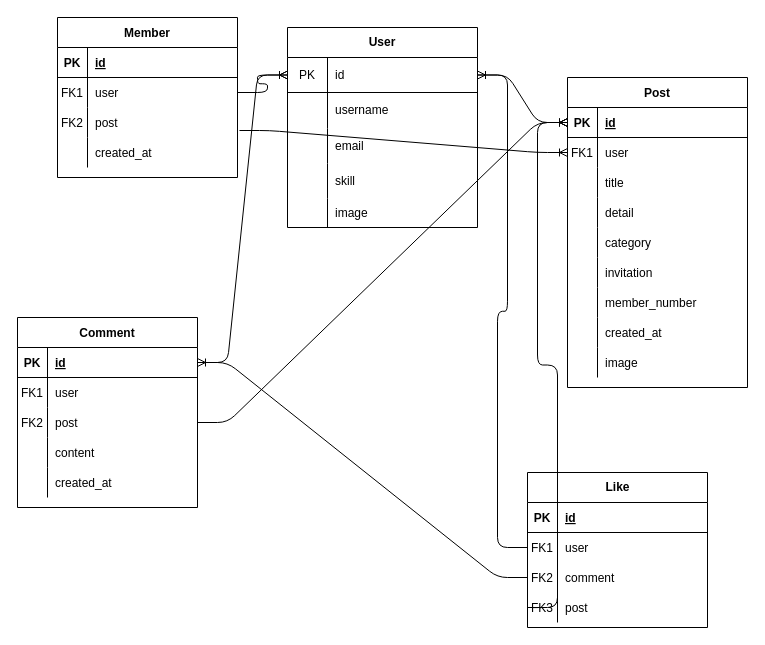
Earlier version of the draw.io diagram idealShere.drawio (mamyudapao/idealShere). Source tidied: cells renumbered, new cells numbered last; positions are measured from the earlier drawing's top-left corner, leaving out a move shared by most shapes. Both pictures are drawn from the tidied source at 100%, with x=0, y=0 at pixel (17, 17).
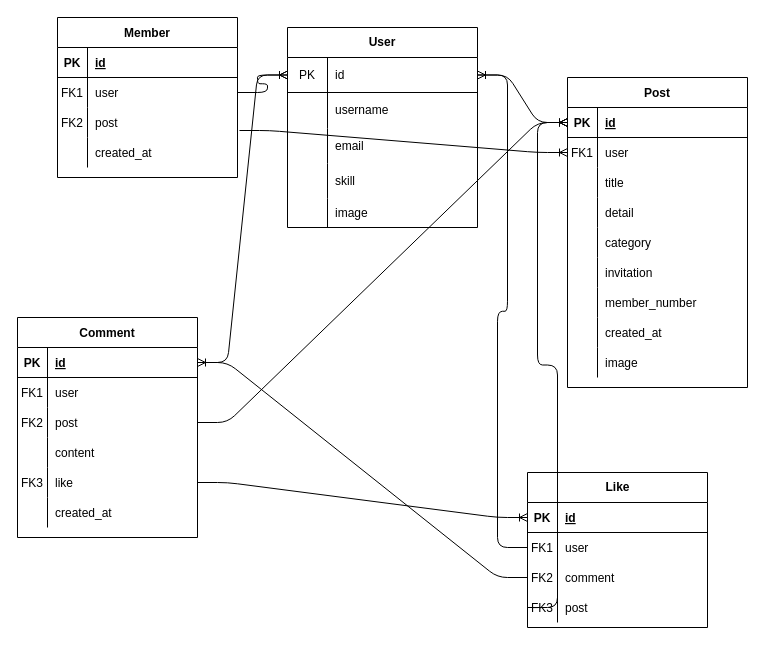
Above is the later version.

Unchanged cells that the change refers to:
```xml
<mxCell id="81" style="shape=partialRectangle;fillColor=none;top=0;left=0;bottom=1;right=0;points=[[0,0.5],[1,0.5]];portConstraint=eastwest;" parent="80" vertex="1">
  <mxGeometry y="30" width="180" height="30" as="geometry" />
</mxCell>
```

Diff of the diagram source:
```diff
@@
     <mxCell id="30" value="Comment" style="shape=table;startSize=30;childLayout=tableLayout;rowLines=0;fontStyle=1;align=center;" parent="1" vertex="1">
-      <mxGeometry y="300" width="180" height="190" as="geometry" />
+      <mxGeometry y="300" width="180" height="220" as="geometry" />
     </mxCell>
@@
+    <mxCell id="96" style="shape=partialRectangle;fillColor=none;top=0;left=0;bottom=0;right=0;points=[[0,0.5],[1,0.5]];portConstraint=eastwest;" parent="30" vertex="1">
+      <mxGeometry y="150" width="180" height="30" as="geometry" />
+    </mxCell>
+    <mxCell id="97" value="FK3" style="shape=partialRectangle;fillColor=none;top=0;left=0;bottom=0;right=0;overflow=hidden;" parent="96" vertex="1">
+      <mxGeometry width="30" height="30" as="geometry" />
+    </mxCell>
+    <mxCell id="98" value="like" style="shape=partialRectangle;fillColor=none;top=0;left=0;bottom=0;right=0;align=left;spacingLeft=6;overflow=hidden;" parent="96" vertex="1">
+      <mxGeometry x="30" width="150" height="30" as="geometry" />
+    </mxCell>
     <mxCell id="43" style="shape=partialRectangle;fillColor=none;top=0;left=0;bottom=0;right=0;" parent="30" vertex="1">
-      <mxGeometry y="150" width="180" height="30" as="geometry" />
+      <mxGeometry y="180" width="180" height="30" as="geometry" />
     </mxCell>
@@
+    <mxCell id="99" style="edgeStyle=entityRelationEdgeStyle;fontSize=12;html=1;endArrow=ERoneToMany;exitX=1;exitY=0.5;exitDx=0;exitDy=0;entryX=0;entryY=0.5;entryDx=0;entryDy=0;" parent="1" edge="1" source="96" target="81">
+      <mxGeometry relative="1" as="geometry" />
+    </mxCell>
```
